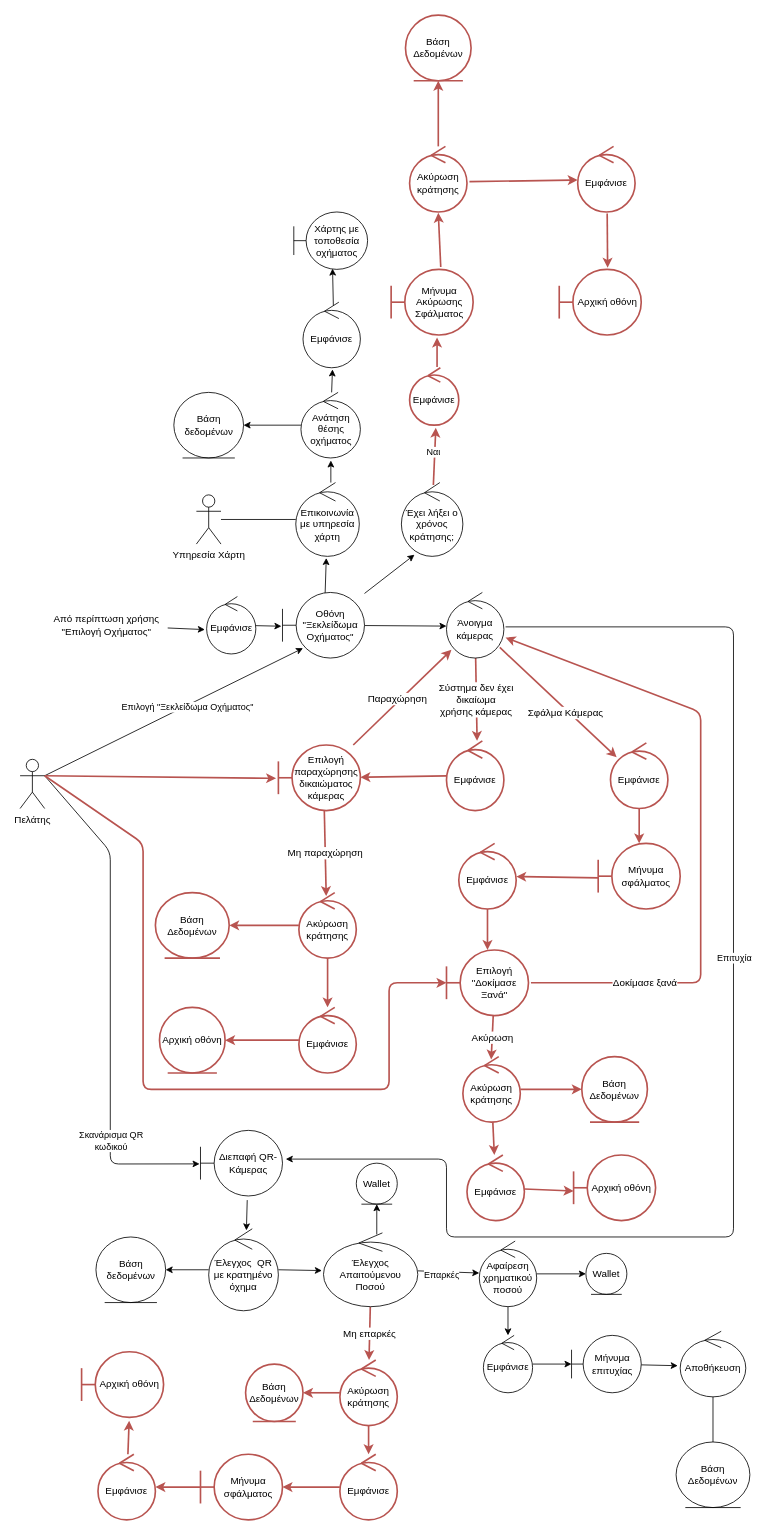
Above: Part_2/Robustness/diagrams/02_Ξεκλείδωμα_Οχήματος.drawio in Nikolis2002/texnoligia_logismikou (draw.io), before the change. Source tidied: cells renumbered, new cells numbered last; positions are measured from the earlier drawing's top-left corner, leaving out a move shared by most shapes. Both pictures are drawn from the tidied source at 82%, with x=0, y=0 at pixel (20, 15).
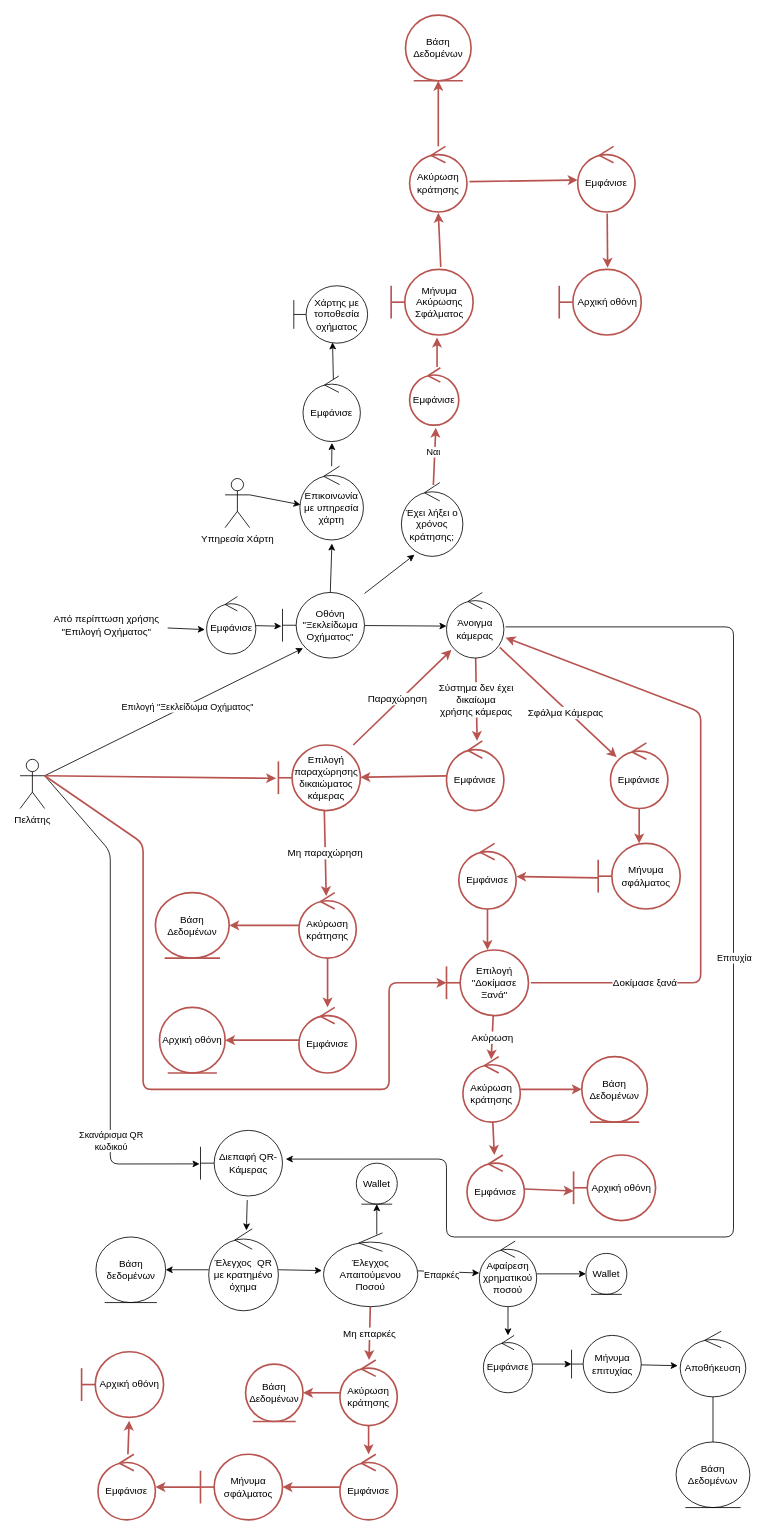
The same diagram, later.

Unchanged cells that the change refers to:
```xml
<mxCell id="94" value="Οθόνη &quot;Ξεκλείδωμα Οχήματος&quot;" style="shape=umlBoundary;whiteSpace=wrap;html=1;" parent="1" vertex="1">
  <mxGeometry x="320" y="704" width="100" height="80" as="geometry" />
</mxCell>
```

What changed in the source:
```diff
@@
-    <mxCell id="91" style="edgeStyle=none;html=1;entryX=0.48;entryY=1.022;entryDx=0;entryDy=0;entryPerimeter=0;exitX=0.52;exitY=0.013;exitDx=0;exitDy=0;exitPerimeter=0;" parent="1" edge="1" source="94" target="98">
-      <mxGeometry relative="1" as="geometry" />
-    </mxCell>
@@
+    <mxCell id="91" style="edgeStyle=none;html=1;entryX=0.504;entryY=1.048;entryDx=0;entryDy=0;entryPerimeter=0;exitX=0.583;exitY=0.004;exitDx=0;exitDy=0;exitPerimeter=0;" parent="1" edge="1" source="94" target="98">
+      <mxGeometry relative="1" as="geometry" />
+    </mxCell>
@@
-    <mxCell id="97" style="edgeStyle=none;html=1;entryX=0.503;entryY=1.038;entryDx=0;entryDy=0;entryPerimeter=0;exitX=0.552;exitY=0;exitDx=0;exitDy=0;exitPerimeter=0;" parent="1" edge="1" source="98" target="106">
-      <mxGeometry relative="1" as="geometry" />
-    </mxCell>
+    <mxCell id="112" style="edgeStyle=none;html=1;entryX=0.505;entryY=1.021;entryDx=0;entryDy=0;entryPerimeter=0;" parent="1" edge="1" source="98" target="103">
+      <mxGeometry relative="1" as="geometry" />
+    </mxCell>
     <mxCell id="98" value="Επικοινωνία με υπηρεσία χάρτη" style="ellipse;shape=umlControl;whiteSpace=wrap;html=1;" parent="1" vertex="1">
-      <mxGeometry x="336.2" y="570" width="77.5" height="90" as="geometry" />
+      <mxGeometry x="341.2" y="550" width="77.5" height="90" as="geometry" />
     </mxCell>
-    <mxCell id="99" style="edgeStyle=none;html=1;endArrow=none;endFill=0;" parent="1" edge="1" source="100" target="98">
+    <mxCell id="99" style="edgeStyle=none;html=1;exitX=1;exitY=0.3333333333333333;exitDx=0;exitDy=0;exitPerimeter=0;entryX=0.01;entryY=0.522;entryDx=0;entryDy=0;entryPerimeter=0;" parent="1" edge="1" source="100" target="98">
       <mxGeometry relative="1" as="geometry" />
     </mxCell>
     <mxCell id="100" value="Υπηρεσία Χάρτη" style="shape=umlActor;verticalLabelPosition=bottom;verticalAlign=top;html=1;" parent="1" vertex="1">
-      <mxGeometry x="215" y="585" width="30" height="60" as="geometry" />
+      <mxGeometry x="250" y="565" width="30" height="60" as="geometry" />
     </mxCell>
     <mxCell id="101" value="Χάρτης με τοποθεσία οχήματος" style="shape=umlBoundary;whiteSpace=wrap;html=1;" parent="1" vertex="1">
-      <mxGeometry x="333.8" y="240" width="90" height="70" as="geometry" />
+      <mxGeometry x="333.8" y="330" width="90" height="70" as="geometry" />
     </mxCell>
@@
     <mxCell id="103" value="Εμφάνισε" style="ellipse;shape=umlControl;whiteSpace=wrap;html=1;" parent="1" vertex="1">
-      <mxGeometry x="345" y="350" width="70" height="80" as="geometry" />
+      <mxGeometry x="345" y="440" width="70" height="80" as="geometry" />
     </mxCell>
-    <mxCell id="104" style="edgeStyle=none;html=1;entryX=1;entryY=0.5;entryDx=0;entryDy=0;" parent="1" edge="1" source="106" target="107">
-      <mxGeometry relative="1" as="geometry" />
-    </mxCell>
-    <mxCell id="105" style="edgeStyle=none;html=1;entryX=0.514;entryY=1.025;entryDx=0;entryDy=0;entryPerimeter=0;" parent="1" edge="1" source="106" target="103">
-      <mxGeometry relative="1" as="geometry" />
-    </mxCell>
-    <mxCell id="106" value="Ανάτηση θέσης οχήματος" style="ellipse;shape=umlControl;whiteSpace=wrap;html=1;" parent="1" vertex="1">
-      <mxGeometry x="342.5" y="460" width="72.5" height="80" as="geometry" />
-    </mxCell>
-    <mxCell id="107" value="Βάση δεδομένων" style="ellipse;shape=umlEntity;whiteSpace=wrap;html=1;" parent="1" vertex="1">
-      <mxGeometry x="187.5" y="460" width="85" height="80" as="geometry" />
-    </mxCell>
```
